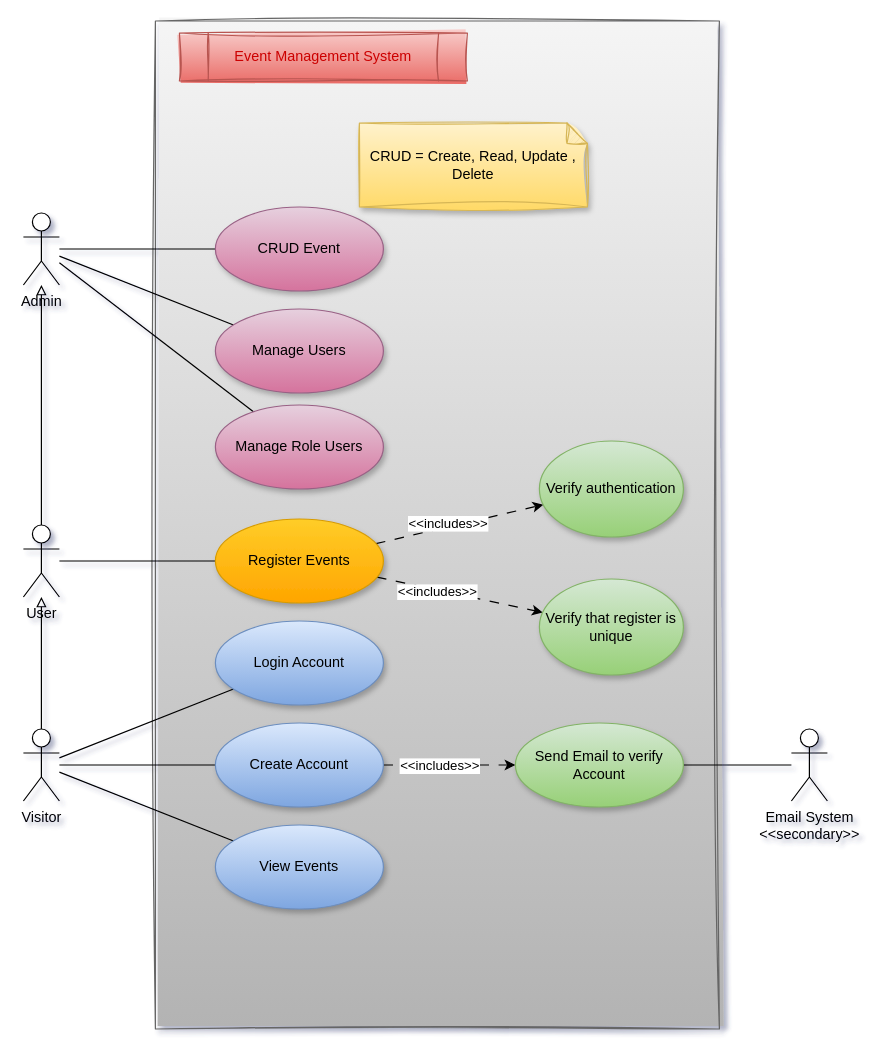
The draw.io diagram UML/UseCase_Projet_Fil_Rouge.drawio in Mzk-Ali/M2I_Projet_Fil_Rouge_Conception, before the edit. Source tidied: cells renumbered, new cells numbered last; positions are measured from the earlier drawing's top-left corner, leaving out a move shared by most shapes. Both pictures are drawn from the tidied source at 120%, with x=0, y=0 at pixel (23, 20).
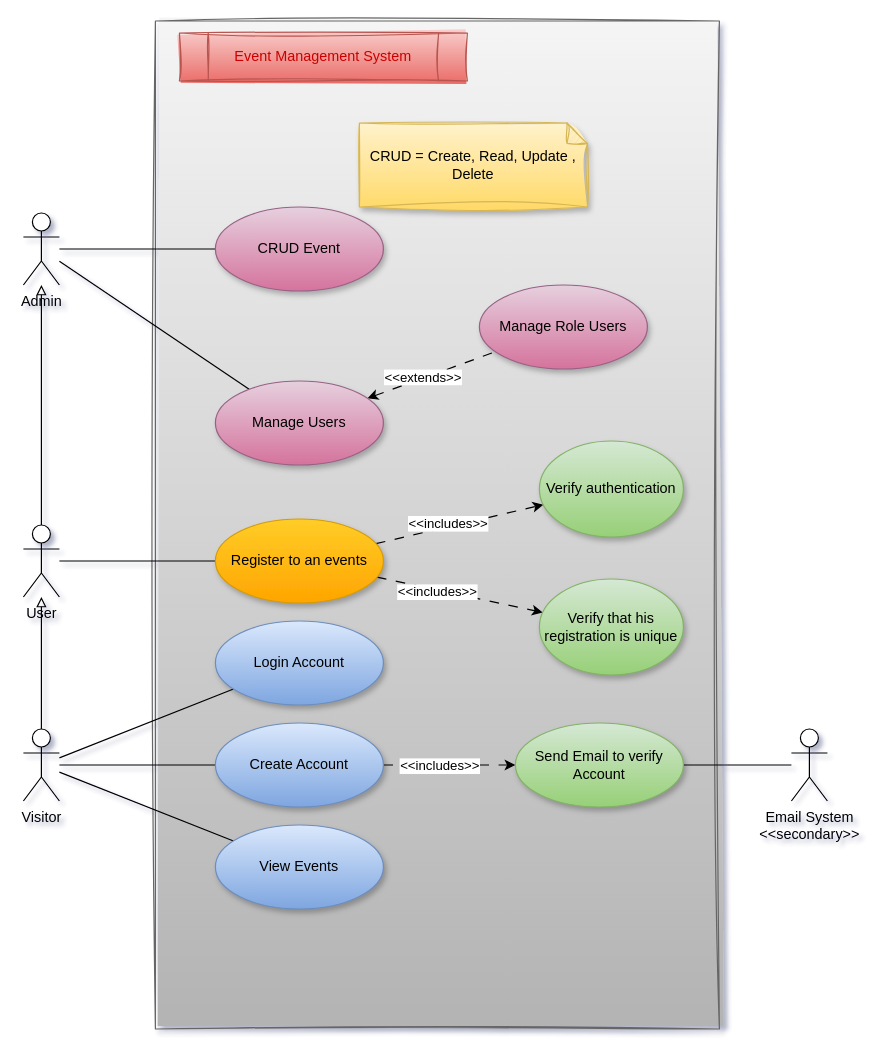
The same page after the edit.

Commit message:
Mettre à jour UseCase_Projet_Fil_Rouge.drawio

The change refers to these unchanged cells:
```xml
<mxCell id="4" value="Admin" style="shape=umlActor;verticalLabelPosition=bottom;verticalAlign=top;html=1;outlineConnect=0;" parent="1" vertex="1">
  <mxGeometry y="160" width="30" height="60" as="geometry" />
</mxCell>
```

Change to the diagram source:
```diff
@@
+    <mxCell id="35" style="rounded=0;jettySize=auto;html=1;endArrow=none;endFill=0;dashed=1;dashPattern=8 8;startArrow=classic;startFill=1;" parent="1" edge="1" source="12" target="31">
+      <mxGeometry relative="1" as="geometry" />
+    </mxCell>
+    <mxCell id="36" value="&amp;lt;&amp;lt;extends&amp;gt;&amp;gt;" style="edgeLabel;html=1;align=center;verticalAlign=middle;" parent="35" vertex="1">
+      <mxGeometry x="-0.14" y="1" relative="1" as="geometry" />
+    </mxCell>
     <mxCell id="12" value="Manage Users" style="ellipse;whiteSpace=wrap;html=1;fillColor=#e6d0de;gradientColor=#d5739d;strokeColor=#996185;shadow=1;" parent="1" vertex="1">
-      <mxGeometry x="160" y="240" width="140" height="70" as="geometry" />
+      <mxGeometry x="160" y="300" width="140" height="70" as="geometry" />
     </mxCell>
@@
-    <mxCell id="18" value="Register Events" style="ellipse;whiteSpace=wrap;html=1;fillColor=#ffcd28;gradientColor=#ffa500;strokeColor=#d79b00;shadow=1;" parent="1" vertex="1">
+    <mxCell id="18" value="Register to an events" style="ellipse;whiteSpace=wrap;html=1;fillColor=#ffcd28;gradientColor=#ffa500;strokeColor=#d79b00;shadow=1;" parent="1" vertex="1">
       <mxGeometry x="160" y="415" width="140" height="70" as="geometry" />
     </mxCell>
@@
-    <mxCell id="29" value="Verify that register is unique" style="ellipse;whiteSpace=wrap;html=1;fillColor=#d5e8d4;gradientColor=#97d077;strokeColor=#82b366;shadow=1;" parent="1" vertex="1">
+    <mxCell id="29" value="Verify that his registration is unique" style="ellipse;whiteSpace=wrap;html=1;fillColor=#d5e8d4;gradientColor=#97d077;strokeColor=#82b366;shadow=1;" parent="1" vertex="1">
       <mxGeometry x="430" y="465" width="120" height="80" as="geometry" />
     </mxCell>
-    <mxCell id="30" style="rounded=0;jettySize=auto;html=1;endArrow=none;endFill=0;" parent="1" edge="1" source="31" target="4">
-      <mxGeometry relative="1" as="geometry" />
-    </mxCell>
     <mxCell id="31" value="Manage Role Users" style="ellipse;whiteSpace=wrap;html=1;fillColor=#e6d0de;gradientColor=#d5739d;strokeColor=#996185;shadow=1;" parent="1" vertex="1">
-      <mxGeometry x="160" y="320" width="140" height="70" as="geometry" />
+      <mxGeometry x="380" y="220" width="140" height="70" as="geometry" />
     </mxCell>
```
